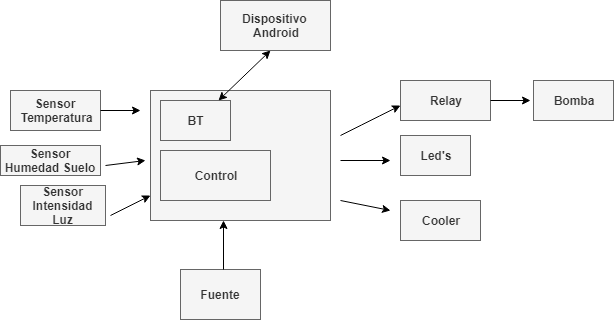
Before: Sistema-Embebido/Diagramas/diagramaFisico.png, a diagram exported from draw.io (jsvalenzuela/Terrarium). Source tidied: cells renumbered, new cells last; positions are measured from the earlier drawing's top-left corner, leaving out a move shared by most shapes. Source of this version:
```xml
<mxGraphModel background="#ffffff">
  <root>
    <mxCell id="0" style="html=1;" />
    <mxCell id="1" style="html=1;" parent="0" />
    <mxCell id="2" style="rounded=0;whiteSpace=wrap;html=1;strokeColor=#666666;fillColor=#f5f5f5;fontColor=#333333;" parent="1" vertex="1">
      <mxGeometry x="150" y="90" width="180" height="130" as="geometry" />
    </mxCell>
    <mxCell id="3" value="&lt;b&gt;BT&lt;/b&gt;" style="rounded=0;whiteSpace=wrap;html=1;strokeColor=#666666;fillColor=#f5f5f5;fontColor=#333333;" parent="1" vertex="1">
      <mxGeometry x="160" y="100" width="70" height="40" as="geometry" />
    </mxCell>
    <mxCell id="4" value="&lt;b&gt;Control&lt;/b&gt;" style="rounded=0;whiteSpace=wrap;html=1;strokeColor=#666666;fillColor=#f5f5f5;fontColor=#333333;" parent="1" vertex="1">
      <mxGeometry x="160" y="150" width="110" height="50" as="geometry" />
    </mxCell>
    <mxCell id="5" style="endArrow=classic;startArrow=classic;html=1;exitX=0.833;exitY=0;exitDx=0;exitDy=0;exitPerimeter=0;" parent="1" edge="1" source="3">
      <mxGeometry relative="1" as="geometry">
        <mxPoint x="270" y="50" as="targetPoint" />
      </mxGeometry>
    </mxCell>
    <mxCell id="6" value="&lt;b&gt;Dispositivo &lt;br&gt;Android&lt;/b&gt;" style="rounded=0;whiteSpace=wrap;html=1;strokeColor=#666666;fillColor=#f5f5f5;fontColor=#333333;" parent="1" vertex="1">
      <mxGeometry x="220" width="110" height="50" as="geometry" />
    </mxCell>
    <mxCell id="7" value="&lt;b&gt;Fuente&lt;/b&gt;&lt;br&gt;" style="rounded=0;whiteSpace=wrap;html=1;strokeColor=#666666;fillColor=#f5f5f5;fontColor=#333333;" parent="1" vertex="1">
      <mxGeometry x="180" y="269" width="80" height="50" as="geometry" />
    </mxCell>
    <mxCell id="8" style="endArrow=classic;html=1;entryX=0.404;entryY=1;entryDx=0;entryDy=0;entryPerimeter=0;" parent="1" edge="1" target="2">
      <mxGeometry relative="1" as="geometry">
        <mxPoint x="223" y="269" as="sourcePoint" />
      </mxGeometry>
    </mxCell>
    <mxCell id="9" value="&lt;b&gt;Sensor&lt;br&gt;&amp;nbsp;Temperatura&lt;/b&gt;" style="rounded=0;whiteSpace=wrap;html=1;strokeColor=#666666;fillColor=#f5f5f5;fontColor=#333333;" parent="1" vertex="1">
      <mxGeometry x="10" y="90" width="90" height="40" as="geometry" />
    </mxCell>
    <mxCell id="10" value="&lt;b&gt;Sensor Humedad Suelo&lt;/b&gt;" style="rounded=0;whiteSpace=wrap;html=1;strokeColor=#666666;fillColor=#f5f5f5;fontColor=#333333;" parent="1" vertex="1">
      <mxGeometry y="145" width="100" height="30" as="geometry" />
    </mxCell>
    <mxCell id="11" value="&lt;b&gt;Sensor Intensidad Luz&lt;/b&gt;" style="rounded=0;whiteSpace=wrap;html=1;fillColor=#f5f5f5;strokeColor=#666666;fontColor=#333333;" parent="1" vertex="1">
      <mxGeometry x="20" y="185" width="85" height="40" as="geometry" />
    </mxCell>
    <mxCell id="12" value="&lt;b&gt;Relay&lt;/b&gt;&lt;br&gt;" style="rounded=0;whiteSpace=wrap;html=1;strokeColor=#666666;fillColor=#f5f5f5;fontColor=#333333;" parent="1" vertex="1">
      <mxGeometry x="400" y="80" width="90" height="40" as="geometry" />
    </mxCell>
    <mxCell id="13" value="&lt;b&gt;Led's&lt;/b&gt;" style="rounded=0;whiteSpace=wrap;html=1;strokeColor=#666666;fillColor=#f5f5f5;fontColor=#333333;" parent="1" vertex="1">
      <mxGeometry x="400" y="135" width="70" height="40" as="geometry" />
    </mxCell>
    <mxCell id="14" value="&lt;b&gt;Cooler&lt;/b&gt;" style="rounded=0;whiteSpace=wrap;html=1;strokeColor=#666666;fillColor=#f5f5f5;fontColor=#333333;" parent="1" vertex="1">
      <mxGeometry x="400" y="200" width="80" height="40" as="geometry" />
    </mxCell>
    <mxCell id="15" value="&lt;b&gt;Bomba&lt;/b&gt;" style="rounded=0;whiteSpace=wrap;html=1;strokeColor=#666666;fillColor=#f5f5f5;fontColor=#333333;" parent="1" vertex="1">
      <mxGeometry x="533" y="80" width="80" height="40" as="geometry" />
    </mxCell>
    <mxCell id="16" style="endArrow=classic;html=1;" parent="1" edge="1">
      <mxGeometry relative="1" as="geometry">
        <mxPoint x="490" y="100" as="sourcePoint" />
        <mxPoint x="530" y="100" as="targetPoint" />
      </mxGeometry>
    </mxCell>
    <mxCell id="17" style="endArrow=classic;html=1;exitX=1;exitY=0.5;exitDx=0;exitDy=0;" parent="1" edge="1" source="9">
      <mxGeometry relative="1" as="geometry">
        <mxPoint x="140" y="110" as="targetPoint" />
      </mxGeometry>
    </mxCell>
    <mxCell id="18" style="endArrow=classic;html=1;" parent="1" edge="1">
      <mxGeometry relative="1" as="geometry">
        <mxPoint x="110" y="215" as="sourcePoint" />
        <mxPoint x="150" y="195" as="targetPoint" />
      </mxGeometry>
    </mxCell>
    <mxCell id="19" style="endArrow=classic;html=1;" parent="1" edge="1">
      <mxGeometry relative="1" as="geometry">
        <mxPoint x="105" y="165" as="sourcePoint" />
        <mxPoint x="145" y="160" as="targetPoint" />
      </mxGeometry>
    </mxCell>
    <mxCell id="20" style="endArrow=classic;html=1;" parent="1" edge="1">
      <mxGeometry relative="1" as="geometry">
        <mxPoint x="340" y="160" as="sourcePoint" />
        <mxPoint x="390" y="160" as="targetPoint" />
      </mxGeometry>
    </mxCell>
    <mxCell id="21" style="endArrow=classic;html=1;" parent="1" edge="1">
      <mxGeometry relative="1" as="geometry">
        <mxPoint x="340" y="200" as="sourcePoint" />
        <mxPoint x="390" y="210" as="targetPoint" />
      </mxGeometry>
    </mxCell>
    <mxCell id="22" style="endArrow=classic;html=1;" parent="1" edge="1">
      <mxGeometry relative="1" as="geometry">
        <mxPoint x="340" y="135" as="sourcePoint" />
        <mxPoint x="400" y="105" as="targetPoint" />
        <Array as="points">
          <mxPoint x="370" y="120" />
        </Array>
      </mxGeometry>
    </mxCell>
  </root>
</mxGraphModel>
```
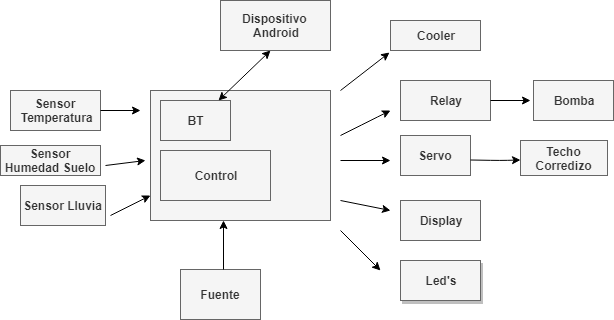
Above is the later version.

Commit message:
se modifican diagramas

Change to the diagram source:
```diff
@@ -33,16 +33,16 @@
     <mxCell id="10" value="&lt;b&gt;Sensor Humedad Suelo&lt;/b&gt;" style="rounded=0;whiteSpace=wrap;html=1;strokeColor=#666666;fillColor=#f5f5f5;fontColor=#333333;" parent="1" vertex="1">
       <mxGeometry y="145" width="100" height="30" as="geometry" />
     </mxCell>
-    <mxCell id="11" value="&lt;b&gt;Sensor Intensidad Luz&lt;/b&gt;" style="rounded=0;whiteSpace=wrap;html=1;fillColor=#f5f5f5;strokeColor=#666666;fontColor=#333333;" parent="1" vertex="1">
+    <mxCell id="11" value="&lt;b&gt;Sensor Lluvia&lt;/b&gt;" style="rounded=0;whiteSpace=wrap;html=1;fillColor=#f5f5f5;strokeColor=#666666;fontColor=#333333;" parent="1" vertex="1">
       <mxGeometry x="20" y="185" width="85" height="40" as="geometry" />
     </mxCell>
     <mxCell id="12" value="&lt;b&gt;Relay&lt;/b&gt;&lt;br&gt;" style="rounded=0;whiteSpace=wrap;html=1;strokeColor=#666666;fillColor=#f5f5f5;fontColor=#333333;" parent="1" vertex="1">
       <mxGeometry x="400" y="80" width="90" height="40" as="geometry" />
     </mxCell>
-    <mxCell id="13" value="&lt;b&gt;Led's&lt;/b&gt;" style="rounded=0;whiteSpace=wrap;html=1;strokeColor=#666666;fillColor=#f5f5f5;fontColor=#333333;" parent="1" vertex="1">
+    <mxCell id="13" value="&lt;b&gt;Servo&lt;/b&gt;" style="rounded=0;whiteSpace=wrap;html=1;strokeColor=#666666;fillColor=#f5f5f5;fontColor=#333333;" parent="1" vertex="1">
       <mxGeometry x="400" y="135" width="70" height="40" as="geometry" />
     </mxCell>
-    <mxCell id="14" value="&lt;b&gt;Cooler&lt;/b&gt;" style="rounded=0;whiteSpace=wrap;html=1;strokeColor=#666666;fillColor=#f5f5f5;fontColor=#333333;" parent="1" vertex="1">
+    <mxCell id="14" value="&lt;b&gt;Display&lt;/b&gt;" style="rounded=0;whiteSpace=wrap;html=1;strokeColor=#666666;fillColor=#f5f5f5;fontColor=#333333;" parent="1" vertex="1">
       <mxGeometry x="400" y="200" width="80" height="40" as="geometry" />
     </mxCell>
     <mxCell id="15" value="&lt;b&gt;Bomba&lt;/b&gt;" style="rounded=0;whiteSpace=wrap;html=1;strokeColor=#666666;fillColor=#f5f5f5;fontColor=#333333;" parent="1" vertex="1">
@@ -86,11 +86,40 @@
     <mxCell id="22" style="endArrow=classic;html=1;" parent="1" edge="1">
       <mxGeometry relative="1" as="geometry">
         <mxPoint x="340" y="135" as="sourcePoint" />
-        <mxPoint x="400" y="105" as="targetPoint" />
+        <mxPoint x="390" y="110" as="targetPoint" />
         <Array as="points">
           <mxPoint x="370" y="120" />
         </Array>
       </mxGeometry>
     </mxCell>
+    <mxCell id="23" value="&lt;b&gt;Techo Corredizo&lt;/b&gt;" style="rounded=0;whiteSpace=wrap;html=1;fillColor=#f5f5f5;strokeColor=#666666;fontColor=#333333;" parent="1" vertex="1">
+      <mxGeometry x="520" y="140" width="87" height="35" as="geometry" />
+    </mxCell>
+    <mxCell id="24" style="endArrow=classic;html=1;" parent="1" edge="1">
+      <mxGeometry relative="1" as="geometry">
+        <mxPoint x="470" y="159.5" as="sourcePoint" />
+        <mxPoint x="520" y="159.5" as="targetPoint" />
+        <Array as="points">
+          <mxPoint x="500" y="160" />
+        </Array>
+      </mxGeometry>
+    </mxCell>
+    <mxCell id="25" value="&lt;b&gt;Led's&lt;/b&gt;" style="rounded=0;whiteSpace=wrap;html=1;shadow=1;fillColor=#f5f5f5;strokeColor=#666666;fontColor=#333333;" parent="1" vertex="1">
+      <mxGeometry x="400" y="260" width="80" height="40" as="geometry" />
+    </mxCell>
+    <mxCell id="26" style="endArrow=classic;html=1;" parent="1" edge="1">
+      <mxGeometry relative="1" as="geometry">
+        <mxPoint x="340" y="230" as="sourcePoint" />
+        <mxPoint x="380" y="270" as="targetPoint" />
+      </mxGeometry>
+    </mxCell>
+    <mxCell id="27" value="&lt;b&gt;Cooler&lt;/b&gt;" style="rounded=0;whiteSpace=wrap;html=1;fillColor=#f5f5f5;strokeColor=#666666;fontColor=#333333;" parent="1" vertex="1">
+      <mxGeometry x="390" y="20" width="90" height="30" as="geometry" />
+    </mxCell>
+    <mxCell id="28" style="endArrow=classic;html=1;entryX=-0.011;entryY=1.067;entryDx=0;entryDy=0;entryPerimeter=0;" parent="1" edge="1" target="27">
+      <mxGeometry relative="1" as="geometry">
+        <mxPoint x="340" y="90" as="sourcePoint" />
+      </mxGeometry>
+    </mxCell>
   </root>
 </mxGraphModel>
```
